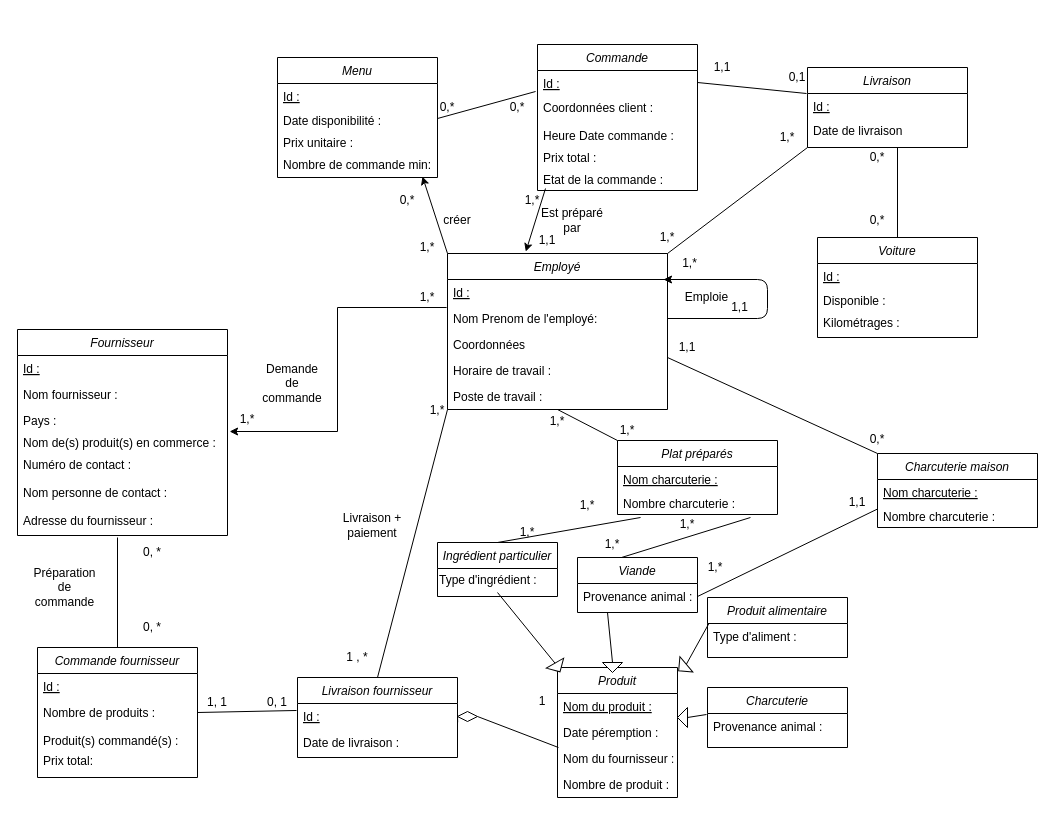
Before: Untitled Diagram.drawio in NHatim/aca, a draw.io diagram. Source tidied: cells renumbered, new cells numbered last; positions are measured from the earlier drawing's top-left corner, leaving out a move shared by most shapes. Both pictures are drawn from the tidied source at 100%, with x=0, y=0 at pixel (17, 44).
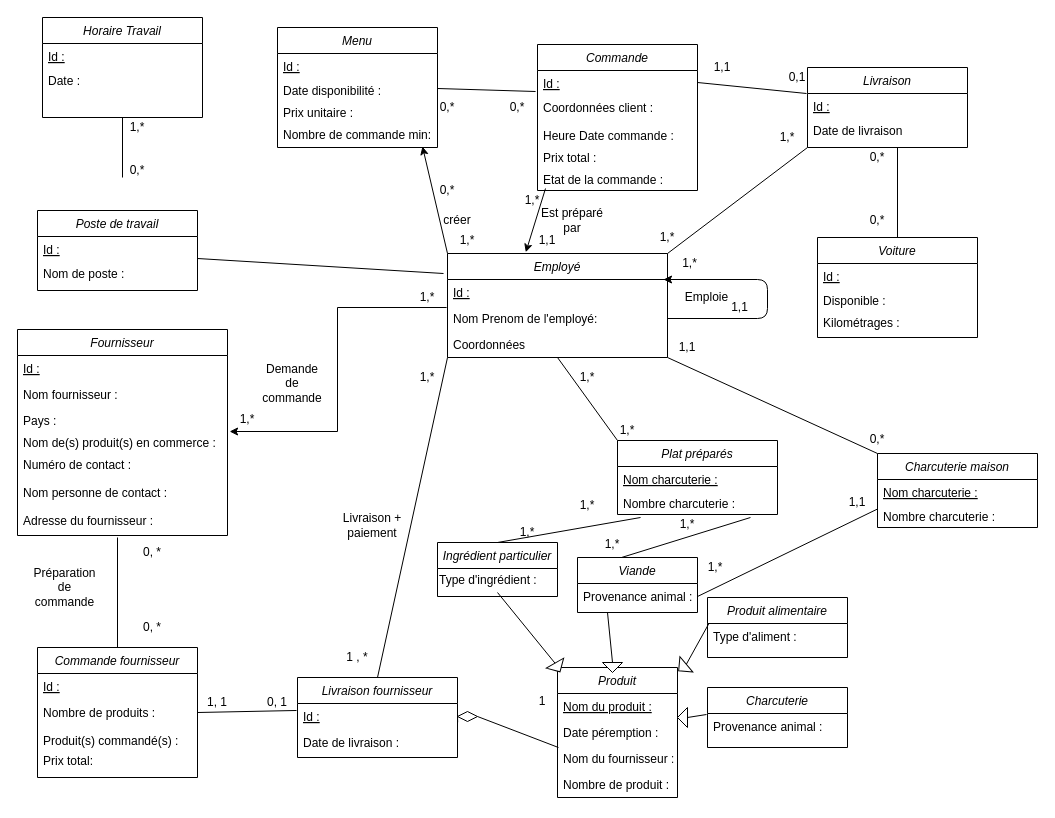
The same diagram, later.

Diff of the diagram source:
```diff
@@
     <mxCell id="33" value="Employé" style="swimlane;fontStyle=2;align=center;verticalAlign=top;horizontal=1;startSize=26;rounded=0;shadow=0;strokeWidth=1;" parent="1" vertex="1">
-      <mxGeometry x="430" y="209" width="220" height="156" as="geometry" />
+      <mxGeometry x="430" y="209" width="220" height="104" as="geometry" />
     </mxCell>
@@
-    <mxCell id="38" value="Horaire de travail :" style="text;align=left;verticalAlign=top;spacingLeft=4;spacingRight=4;overflow=hidden;" parent="33" vertex="1">
-      <mxGeometry y="104" width="220" height="26" as="geometry" />
-    </mxCell>
-    <mxCell id="39" value="Poste de travail :" style="text;align=left;verticalAlign=top;spacingLeft=4;spacingRight=4;overflow=hidden;" parent="33" vertex="1">
-      <mxGeometry y="130" width="220" height="26" as="geometry" />
-    </mxCell>
@@
     <mxCell id="84" value="Menu" style="swimlane;fontStyle=2;align=center;verticalAlign=top;horizontal=1;startSize=26;rounded=0;shadow=0;strokeWidth=1;" parent="1" vertex="1">
-      <mxGeometry x="260" y="13" width="160" height="120" as="geometry" />
+      <mxGeometry x="260" y="-17" width="160" height="120" as="geometry" />
     </mxCell>
@@
     <mxCell id="91" value="1,*" style="text;html=1;strokeColor=none;fillColor=none;align=center;verticalAlign=middle;whiteSpace=wrap;rounded=0;" parent="1" vertex="1">
-      <mxGeometry x="390" y="193" width="40" height="20" as="geometry" />
+      <mxGeometry x="430" y="186" width="40" height="20" as="geometry" />
     </mxCell>
     <mxCell id="92" value="0,*" style="text;html=1;strokeColor=none;fillColor=none;align=center;verticalAlign=middle;whiteSpace=wrap;rounded=0;" parent="1" vertex="1">
-      <mxGeometry x="370" y="146" width="40" height="20" as="geometry" />
+      <mxGeometry x="410" y="136" width="40" height="20" as="geometry" />
     </mxCell>
@@
     <mxCell id="101" value="1,*" style="text;html=1;strokeColor=none;fillColor=none;align=center;verticalAlign=middle;whiteSpace=wrap;rounded=0;" parent="1" vertex="1">
-      <mxGeometry x="400" y="356" width="40" height="20" as="geometry" />
+      <mxGeometry x="390" y="323" width="40" height="20" as="geometry" />
     </mxCell>
@@
     <mxCell id="106" value="1,*" style="text;html=1;strokeColor=none;fillColor=none;align=center;verticalAlign=middle;whiteSpace=wrap;rounded=0;" parent="1" vertex="1">
-      <mxGeometry x="520" y="367" width="40" height="20" as="geometry" />
+      <mxGeometry x="550" y="323" width="40" height="20" as="geometry" />
     </mxCell>
@@
+    <mxCell id="127" value="Horaire Travail" style="swimlane;fontStyle=2;align=center;verticalAlign=top;horizontal=1;startSize=26;rounded=0;shadow=0;strokeWidth=1;" parent="1" vertex="1">
+      <mxGeometry x="25" y="-27" width="160" height="100" as="geometry" />
+    </mxCell>
+    <mxCell id="128" value="Id :" style="text;align=left;verticalAlign=top;spacingLeft=4;spacingRight=4;overflow=hidden;fontStyle=4;" parent="127" vertex="1">
+      <mxGeometry y="26" width="160" height="24" as="geometry" />
+    </mxCell>
+    <mxCell id="129" value="Date :" style="text;align=left;verticalAlign=top;spacingLeft=4;spacingRight=4;overflow=hidden;" parent="127" vertex="1">
+      <mxGeometry y="50" width="160" height="22" as="geometry" />
+    </mxCell>
+    <mxCell id="130" value="Poste de travail" style="swimlane;fontStyle=2;align=center;verticalAlign=top;horizontal=1;startSize=26;rounded=0;shadow=0;strokeWidth=1;" parent="1" vertex="1">
+      <mxGeometry x="20" y="166" width="160" height="80" as="geometry" />
+    </mxCell>
+    <mxCell id="131" value="Id :" style="text;align=left;verticalAlign=top;spacingLeft=4;spacingRight=4;overflow=hidden;fontStyle=4;" parent="130" vertex="1">
+      <mxGeometry y="26" width="160" height="24" as="geometry" />
+    </mxCell>
+    <mxCell id="132" value="Nom de poste :" style="text;align=left;verticalAlign=top;spacingLeft=4;spacingRight=4;overflow=hidden;points=[[0,0.5],[1,0.5]];portConstraint=eastwest;" parent="130" vertex="1">
+      <mxGeometry y="50" width="160" height="22" as="geometry" />
+    </mxCell>
+    <mxCell id="133" style="endArrow=none;html=1;entryX=0.5;entryY=1;entryDx=0;entryDy=0;" parent="1" edge="1" target="127">
+      <mxGeometry relative="1" as="geometry">
+        <mxPoint x="105" y="133" as="sourcePoint" />
+      </mxGeometry>
+    </mxCell>
+    <mxCell id="134" style="endArrow=none;html=1;exitX=1;exitY=-0.091;exitDx=0;exitDy=0;exitPerimeter=0;" parent="1" edge="1" source="132">
+      <mxGeometry relative="1" as="geometry">
+        <mxPoint x="426" y="229" as="targetPoint" />
+      </mxGeometry>
+    </mxCell>
+    <mxCell id="135" value="0,*" style="text;html=1;strokeColor=none;fillColor=none;align=center;verticalAlign=middle;whiteSpace=wrap;rounded=0;" parent="1" vertex="1">
+      <mxGeometry x="100" y="116" width="40" height="20" as="geometry" />
+    </mxCell>
+    <mxCell id="136" value="1,*" style="text;html=1;strokeColor=none;fillColor=none;align=center;verticalAlign=middle;whiteSpace=wrap;rounded=0;" parent="1" vertex="1">
+      <mxGeometry x="100" y="73" width="40" height="20" as="geometry" />
+    </mxCell>
```
